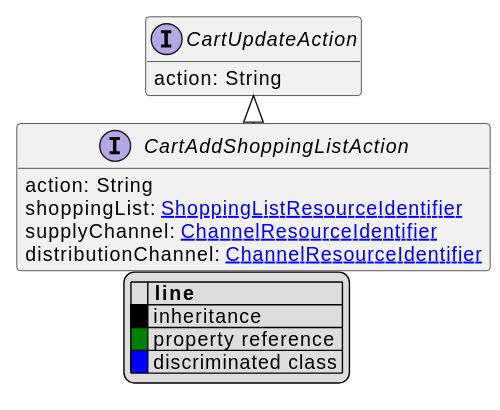
Earlier version of the PlantUML export uml/api/svg/CartAddShoppingListAction.svg (commercetools/commercetools-api-reference).
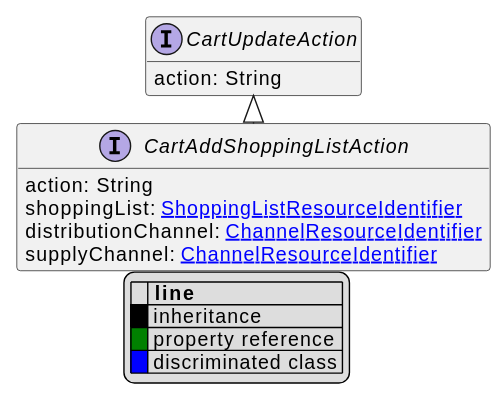
Above is the later version.

What changed in the source:
```diff
@@ -11,8 +11,8 @@
 interface CartAddShoppingListAction [[CartAddShoppingListAction.svg]] extends CartUpdateAction {
     action: String
     shoppingList: [[ShoppingListResourceIdentifier.svg ShoppingListResourceIdentifier]]
+    distributionChannel: [[ChannelResourceIdentifier.svg ChannelResourceIdentifier]]
     supplyChannel: [[ChannelResourceIdentifier.svg ChannelResourceIdentifier]]
-    distributionChannel: [[ChannelResourceIdentifier.svg ChannelResourceIdentifier]]
 }
 interface CartUpdateAction [[CartUpdateAction.svg]]  {
     action: String
```
